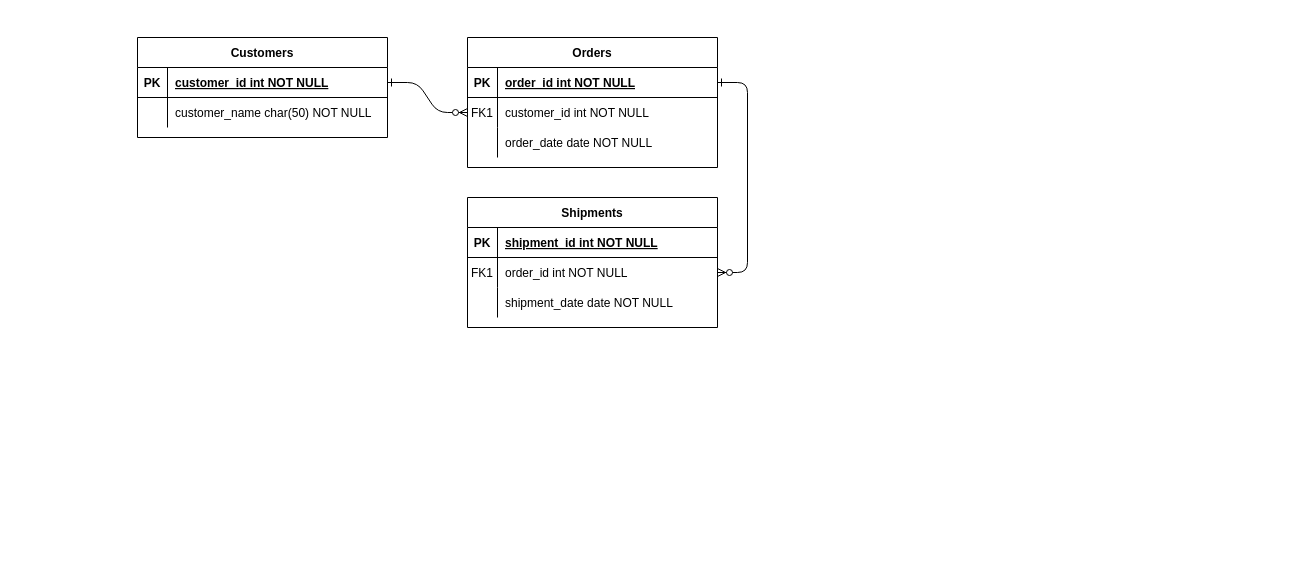
jjyh/check keeps this draw.io diagram as Untitled Diagram.drawio. Above is the earlier version. Source tidied: cells renumbered, new cells numbered last; positions are measured from the earlier drawing's top-left corner, leaving out a move shared by most shapes. Both pictures are drawn from the tidied source at 100%, with x=0, y=0 at pixel (137, 37).
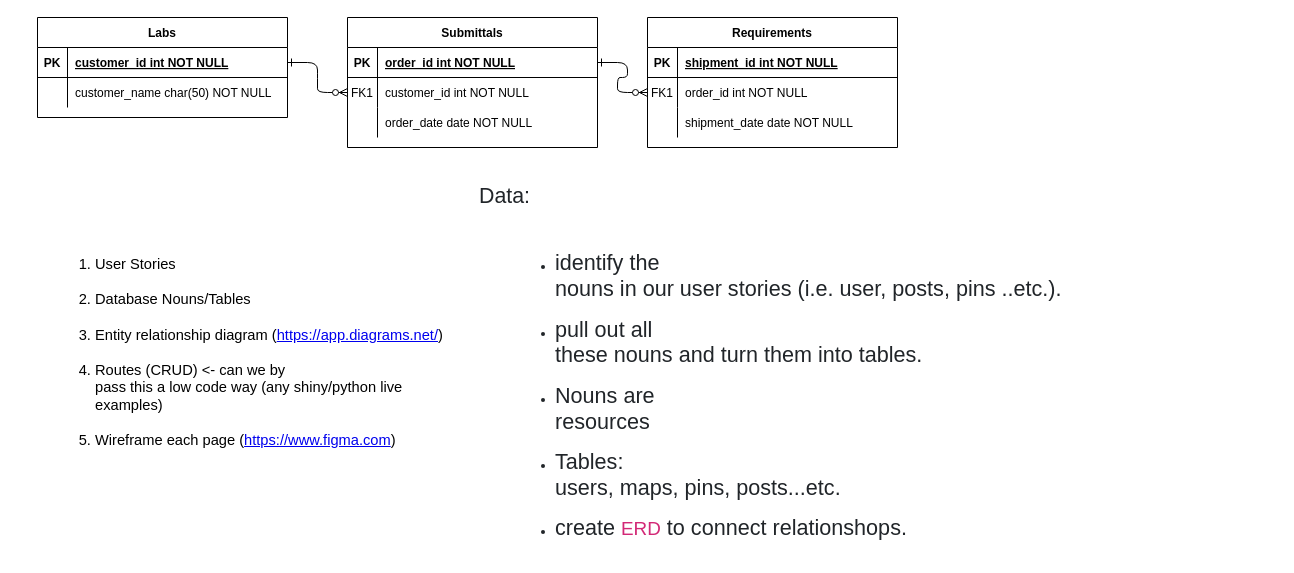
The same page after the edit.

Diff of the diagram source:
```diff
@@
-    <mxCell id="4" value="Orders" style="shape=table;startSize=30;childLayout=tableLayout;rowLines=0;fontStyle=1;align=center;" parent="1" vertex="1">
-      <mxGeometry x="330" width="250" height="130" as="geometry" />
+    <mxCell id="4" value="Submittals" style="shape=table;startSize=30;childLayout=tableLayout;rowLines=0;fontStyle=1;align=center;" parent="1" vertex="1">
+      <mxGeometry x="210" y="-20" width="250" height="130" as="geometry" />
     </mxCell>
@@
-    <mxCell id="14" value="Shipments" style="shape=table;startSize=30;childLayout=tableLayout;rowLines=0;fontStyle=1;align=center;" parent="1" vertex="1">
-      <mxGeometry x="330" y="160" width="250" height="130" as="geometry" />
+    <mxCell id="14" value="Requirements" style="shape=table;startSize=30;childLayout=tableLayout;rowLines=0;fontStyle=1;align=center;" parent="1" vertex="1">
+      <mxGeometry x="510" y="-20" width="250" height="130" as="geometry" />
     </mxCell>
@@
-    <mxCell id="24" value="Customers" style="shape=table;startSize=30;childLayout=tableLayout;rowLines=0;fontStyle=1;align=center;" parent="1" vertex="1">
-      <mxGeometry width="250" height="100" as="geometry" />
+    <mxCell id="24" value="Labs" style="shape=table;startSize=30;childLayout=tableLayout;rowLines=0;fontStyle=1;align=center;" parent="1" vertex="1">
+      <mxGeometry x="-100" y="-20" width="250" height="100" as="geometry" />
     </mxCell>
@@
+    <mxCell id="31" value="&lt;ol type=&quot;1&quot; style=&quot;margin-left:.375in;direction:ltr;unicode-bidi:embed;&#10; margin-top:0in;margin-bottom:0in;font-family:Calibri;font-size:11.0pt;&#10; font-weight:normal;font-style:normal&quot;&gt;&#10; &lt;li value=&quot;1&quot; style=&quot;margin-top:0;margin-bottom:0;vertical-align:middle&quot;&gt;&lt;span style=&quot;font-family:Calibri;font-size:11.0pt;font-weight:normal;font-style:&#10;     normal;font-family:Calibri;font-size:11.0pt&quot;&gt;User Stories&lt;/span&gt;&lt;/li&gt;&#10; &lt;li style=&quot;margin-top:0;margin-bottom:0;vertical-align:middle&quot;&gt;&lt;span style=&quot;font-family:Calibri;font-size:11.0pt&quot;&gt;Database Nouns/Tables&lt;/span&gt;&lt;/li&gt;&#10; &lt;li style=&quot;margin-top:0;margin-bottom:0;vertical-align:middle&quot;&gt;&lt;span style=&quot;font-family:Calibri;font-size:11.0pt&quot;&gt;Entity relationship diagram (&lt;/span&gt;&lt;a href=&quot;https://app.diagrams.net/&quot;&gt;&lt;span style=&quot;font-family:Calibri;&#10;     font-size:11.0pt&quot;&gt;https://app.diagrams.net/&lt;/span&gt;&lt;/a&gt;&lt;span style=&quot;font-family:Calibri;font-size:11.0pt&quot;&gt;)&lt;/span&gt;&lt;/li&gt;&#10; &lt;li style=&quot;margin-top:0;margin-bottom:0;vertical-align:middle&quot;&gt;&lt;span style=&quot;font-family:Calibri;font-size:11.0pt&quot;&gt;Routes (CRUD) &amp;lt;- can we by&#10;     pass this a low code way (any shiny/python live examples)&lt;/span&gt;&lt;/li&gt;&#10; &lt;li style=&quot;margin-top:0;margin-bottom:0;vertical-align:middle&quot;&gt;&lt;span style=&quot;font-family:Calibri;font-size:11.0pt&quot;&gt;Wireframe each page (&lt;/span&gt;&lt;a href=&quot;https://www.figma.com&quot;&gt;&lt;span style=&quot;font-family:Calibri;font-size:&#10;     11.0pt&quot;&gt;https://www.figma.com&lt;/span&gt;&lt;/a&gt;&lt;span style=&quot;font-family:Calibri;&#10;     font-size:11.0pt&quot;&gt;)&lt;/span&gt;&lt;/li&gt;&#10;&lt;/ol&gt;" style="text;whiteSpace=wrap;html=1;" parent="1" vertex="1">
+      <mxGeometry x="-120" y="180" width="450" height="250" as="geometry" />
+    </mxCell>
+    <mxCell id="32" value="&lt;p style=&quot;margin:0in;font-family:Calibri;font-size:16.0pt;color:#212529&quot;&gt;&lt;span style=&quot;background:white&quot;&gt;Data:&lt;/span&gt;&lt;/p&gt;&lt;br&gt;&lt;br&gt;&lt;ul type=&quot;disc&quot; style=&quot;margin-left:.375in;direction:ltr;unicode-bidi:embed;&lt;br/&gt; margin-top:0in;margin-bottom:0in&quot;&gt; &lt;li style=&quot;margin-top:0;margin-bottom:0;vertical-align:middle;color:#212529&quot;&gt;&lt;span style=&quot;font-family:Calibri;font-size:16.2pt;background:white&quot;&gt;identify the&lt;br&gt;     nouns in our user stories (i.e. user, posts, pins ..etc.).&lt;/span&gt;&lt;/li&gt;&lt;br&gt; &lt;li style=&quot;margin-top:0;margin-bottom:0;vertical-align:middle;color:#212529&quot;&gt;&lt;span style=&quot;font-family:Calibri;font-size:16.2pt;background:white&quot;&gt;pull out all&lt;br&gt;     these nouns and turn them into tables.&lt;/span&gt;&lt;/li&gt;&lt;br&gt; &lt;li style=&quot;margin-top:0;margin-bottom:0;vertical-align:middle;color:#212529&quot;&gt;&lt;span style=&quot;font-family:Calibri;font-size:16.2pt;background:white&quot;&gt;Nouns are&lt;br&gt;     resources&lt;/span&gt;&lt;/li&gt;&lt;br&gt; &lt;li style=&quot;margin-top:0;margin-bottom:0;vertical-align:middle;color:#212529&quot;&gt;&lt;span style=&quot;font-family:Calibri;font-size:16.2pt;background:white&quot;&gt;Tables:&lt;br&gt;     users, maps, pins, posts...etc.&lt;/span&gt;&lt;/li&gt;&lt;br&gt; &lt;li style=&quot;margin-top:0;margin-bottom:0;vertical-align:middle;color:#212529&quot;&gt;&lt;span style=&quot;font-family:Calibri;font-size:16.2pt;color:#212529;background:white&quot;&gt;create&amp;nbsp;&lt;/span&gt;&lt;span style=&quot;font-family:Calibri;font-size:14.15pt;color:#D22876;background:&lt;br/&gt;     white&quot;&gt;ERD&lt;/span&gt;&lt;span style=&quot;font-family:Calibri;font-size:16.2pt;&lt;br/&gt;     color:#212529;background:white&quot;&gt;&amp;nbsp;to connect relationshops.&lt;/span&gt;&lt;/li&gt;&lt;br&gt;&lt;/ul&gt;" style="text;whiteSpace=wrap;html=1;" parent="1" vertex="1">
+      <mxGeometry x="340" y="140" width="800" height="180" as="geometry" />
+    </mxCell>
```
